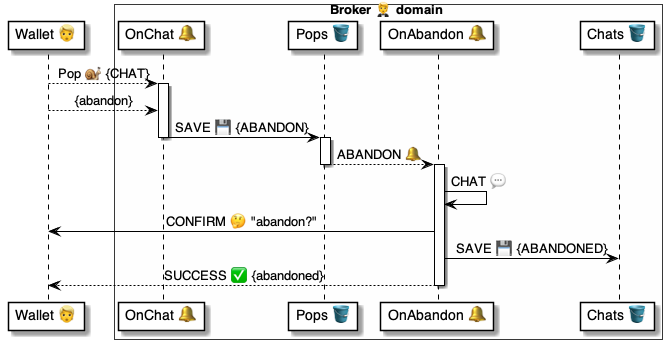
The PlantUML diagram 4 ⚙️ Solution/20 🧑‍🦰 UI/Brokers 🤵/🤵🪣 Broker tables/Pops 🎈 table/🪣🧱 32 Chat » Abandon 🔔/🤵 OnChatAbandon ⚙️ uml.png in pollyweb-org/pollyweb-docs, before a commit. Its source is kept beside it as 4 ⚙️ Solution/20 🧑‍🦰 UI/Brokers 🤵/🤵🪣 Broker tables/Pops 🎈 table/🪣🧱 32 Chat » Abandon 🔔/🤵 OnChatAbandon ⚙️ uml.puml.
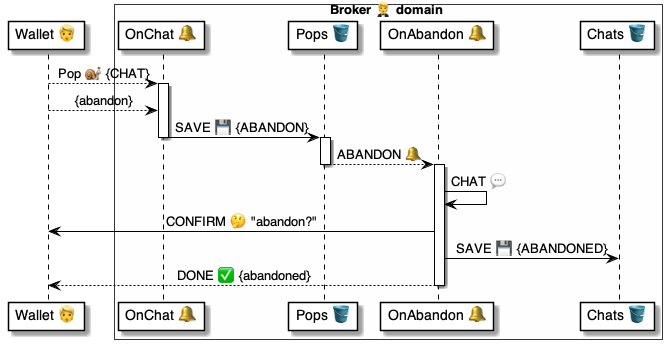
The same file after the commit.

Diff of the diagram source:
```diff
@@ -24,7 +24,7 @@
     abandoned -> abandoned: CHAT 💬
     abandoned -> wallet: CONFIRM 🤔 "abandon?"
     abandoned -> chats: SAVE 💾 {ABANDONED}
-    abandoned --> wallet: SUCCESS ✅ {abandoned}
+    abandoned --> wallet: DONE ✅ {abandoned}
 deactivate abandoned
 
 @enduml
```
